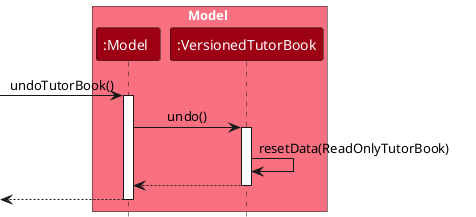
Above: docs/images/UndoSequenceDiagram-Model.png in AY2627S1-CS2103T-F13-1/tp (PlantUML), before the change.
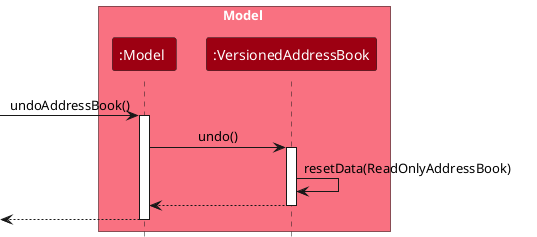
The same file after the commit.

Diff of the diagram source:
```diff
@@ -4,18 +4,18 @@
 
 box Model MODEL_COLOR_T1
 participant ":Model" as Model MODEL_COLOR
-participant ":VersionedTutorBook" as VersionedTutorBook MODEL_COLOR
+participant ":VersionedAddressBook" as VersionedAddressBook MODEL_COLOR
 end box
 
-[-> Model : undoTutorBook()
+[-> Model : undoAddressBook()
 activate Model
 
-Model -> VersionedTutorBook : undo()
-activate VersionedTutorBook
+Model -> VersionedAddressBook : undo()
+activate VersionedAddressBook
 
-VersionedTutorBook -> VersionedTutorBook :resetData(ReadOnlyTutorBook)
-VersionedTutorBook --> Model :
-deactivate VersionedTutorBook
+VersionedAddressBook -> VersionedAddressBook :resetData(ReadOnlyAddressBook)
+VersionedAddressBook --> Model :
+deactivate VersionedAddressBook
 
 [<-- Model
 deactivate Model
```
